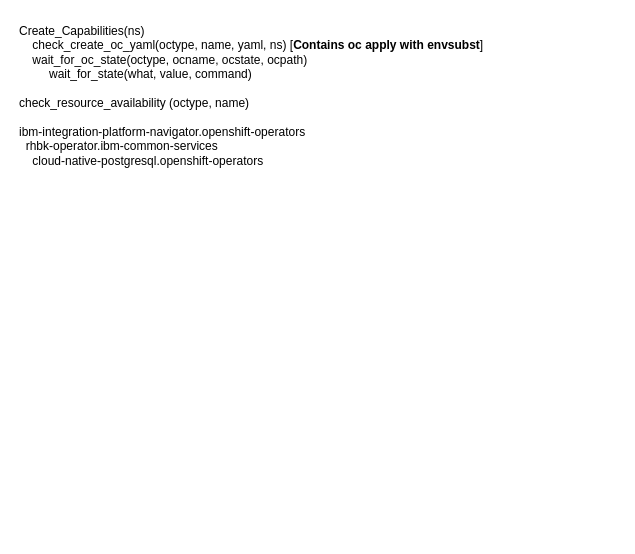
Earlier version of the draw.io diagram page "Design code" (3 of 8) of doc/design.drawio (ADesprets/cp4i-install). Source tidied: cells renumbered, new cells numbered last; positions are measured from the earlier drawing's top-left corner, leaving out a move shared by most shapes. Both pictures are drawn from the tidied source at 100%, with x=0, y=0 at pixel (17, 17).
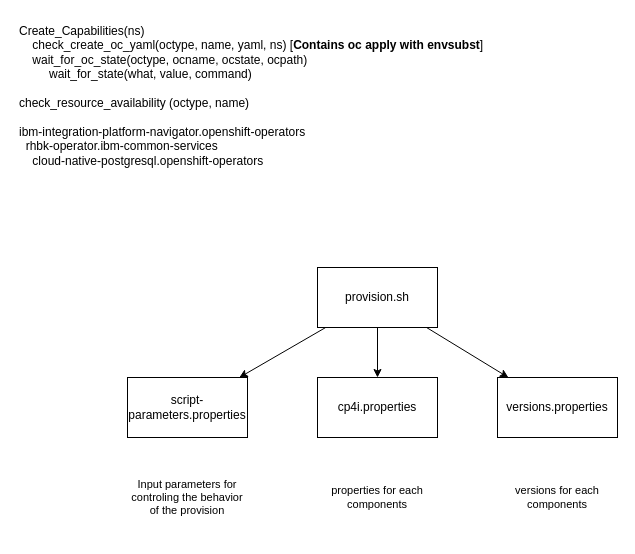
The same diagram, later.

The edit, as a diff of the source:
```diff
@@
 <mxGraphModel>
   <root>
     <mxCell id="0" />
     <mxCell id="1" parent="0" />
     <mxCell id="2" value="Create_Capabilities(ns)&lt;br&gt;&lt;div&gt;&lt;span style=&quot;&quot;&gt;&lt;/span&gt;&lt;span style=&quot;&quot;&gt;&lt;/span&gt;&lt;span style=&quot;&quot;&gt;&lt;/span&gt;&amp;nbsp; &amp;nbsp; check_create_oc_yaml(octype, name, yaml, ns) [&lt;b&gt;Contains oc apply with envsubst&lt;/b&gt;]&lt;/div&gt;&lt;div&gt;&lt;span style=&quot;&quot;&gt;&#9;&lt;/span&gt;&lt;span style=&quot;&quot;&gt;&#9;&lt;/span&gt;&lt;/div&gt;&lt;div&gt;&lt;div style=&quot;border-color: var(--border-color);&quot;&gt;&lt;span style=&quot;&quot;&gt;&lt;span style=&quot;&quot;&gt;&lt;/span&gt;&lt;/span&gt;&lt;span style=&quot;background-color: initial;&quot;&gt;&amp;nbsp; &amp;nbsp;&lt;/span&gt;&lt;span style=&quot;background-color: initial;&quot;&gt;&amp;nbsp;&lt;/span&gt;wait_for_oc_state(octype, ocname, ocstate, ocpath)&lt;/div&gt;&lt;/div&gt;&amp;nbsp; &amp;nbsp; &amp;nbsp; &amp;nbsp; &amp;nbsp;wait_for_state(what, value, command)&lt;br&gt;&amp;nbsp; &amp;nbsp;&amp;nbsp;&lt;div&gt;&lt;span style=&quot;background-color: initial;&quot;&gt;check_resource_availability (octype, name)&lt;/span&gt;&lt;/div&gt;&lt;div&gt;&lt;span style=&quot;background-color: initial;&quot;&gt;&lt;br&gt;&lt;/span&gt;&lt;/div&gt;&lt;div&gt;&lt;span style=&quot;background-color: initial;&quot;&gt;&lt;div&gt;ibm-integration-platform-navigator.openshift-operators&lt;/div&gt;&lt;div&gt;&lt;span style=&quot;&quot;&gt;&lt;/span&gt;&amp;nbsp; rhbk-operator.ibm-common-services&lt;/div&gt;&lt;div&gt;&lt;span style=&quot;&quot;&gt;&lt;/span&gt;&amp;nbsp; &amp;nbsp; cloud-native-postgresql.openshift-operators&lt;/div&gt;&lt;/span&gt;&lt;/div&gt;" style="text;html=1;strokeColor=none;fillColor=none;align=left;verticalAlign=top;whiteSpace=wrap;rounded=0;" parent="1" vertex="1">
-      <mxGeometry width="570" height="310" as="geometry" />
+      <mxGeometry width="570" height="180" as="geometry" />
     </mxCell>
+    <mxCell id="3" style="edgeStyle=none;rounded=0;jettySize=auto;html=1;strokeColor=default;align=center;verticalAlign=middle;fontFamily=Helvetica;fontSize=11;fontColor=default;labelBackgroundColor=default;endArrow=classic;" parent="1" edge="1" source="5" target="6">
+      <mxGeometry relative="1" as="geometry" />
+    </mxCell>
+    <mxCell id="4" style="edgeStyle=none;rounded=0;jettySize=auto;html=1;strokeColor=default;align=center;verticalAlign=middle;fontFamily=Helvetica;fontSize=11;fontColor=default;labelBackgroundColor=default;endArrow=classic;" parent="1" edge="1" source="5" target="8">
+      <mxGeometry relative="1" as="geometry" />
+    </mxCell>
+    <mxCell id="5" value="provision.sh" style="rounded=0;whiteSpace=wrap;html=1;" parent="1" vertex="1">
+      <mxGeometry x="300" y="250" width="120" height="60" as="geometry" />
+    </mxCell>
+    <mxCell id="6" value="cp4i.properties" style="rounded=0;whiteSpace=wrap;html=1;" parent="1" vertex="1">
+      <mxGeometry x="300" y="360" width="120" height="60" as="geometry" />
+    </mxCell>
+    <mxCell id="7" value="script-parameters.properties" style="rounded=0;whiteSpace=wrap;html=1;" parent="1" vertex="1">
+      <mxGeometry x="110" y="360" width="120" height="60" as="geometry" />
+    </mxCell>
+    <mxCell id="8" value="versions.properties" style="rounded=0;whiteSpace=wrap;html=1;" parent="1" vertex="1">
+      <mxGeometry x="480" y="360" width="120" height="60" as="geometry" />
+    </mxCell>
+    <mxCell id="9" style="rounded=0;jettySize=auto;html=1;" parent="1" edge="1" source="5" target="7">
+      <mxGeometry relative="1" as="geometry" />
+    </mxCell>
+    <mxCell id="10" value="Input parameters for controling the behavior of the provision" style="text;html=1;align=center;verticalAlign=middle;whiteSpace=wrap;rounded=0;fontFamily=Helvetica;fontSize=11;fontColor=default;labelBackgroundColor=default;" parent="1" vertex="1">
+      <mxGeometry x="110" y="440" width="120" height="80" as="geometry" />
+    </mxCell>
+    <mxCell id="11" value="properties for each components" style="text;html=1;align=center;verticalAlign=middle;whiteSpace=wrap;rounded=0;fontFamily=Helvetica;fontSize=11;fontColor=default;labelBackgroundColor=default;" parent="1" vertex="1">
+      <mxGeometry x="300" y="440" width="120" height="80" as="geometry" />
+    </mxCell>
+    <mxCell id="12" value="versions for each components" style="text;html=1;align=center;verticalAlign=middle;whiteSpace=wrap;rounded=0;fontFamily=Helvetica;fontSize=11;fontColor=default;labelBackgroundColor=default;" parent="1" vertex="1">
+      <mxGeometry x="480" y="440" width="120" height="80" as="geometry" />
+    </mxCell>
   </root>
 </mxGraphModel>
```
